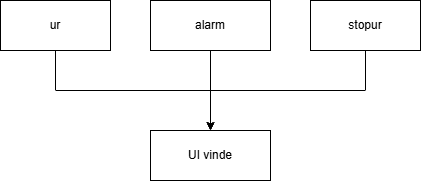
Above: projekt/picture/klasse diagram programering stopur 11 2025-ui fuck dig.drawio.png in ShadyXGuy/vordingborg-planlaegning (draw.io), before the change. Source tidied: cells renumbered, new cells last; positions are measured from the earlier drawing's top-left corner, leaving out a move shared by most shapes.
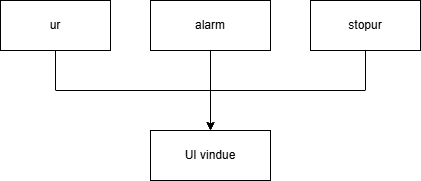
After the commit.

Change to the diagram source:
```diff
@@ -30,7 +30,7 @@
     <mxCell id="7" value="stopur" style="html=1;whiteSpace=wrap;" parent="1" vertex="1">
       <mxGeometry x="310" width="110" height="50" as="geometry" />
     </mxCell>
-    <mxCell id="8" value="UI vinde" style="html=1;whiteSpace=wrap;" parent="1" vertex="1">
+    <mxCell id="8" value="UI vindue" style="html=1;whiteSpace=wrap;" parent="1" vertex="1">
       <mxGeometry x="150" y="130" width="120" height="50" as="geometry" />
     </mxCell>
   </root>
```
